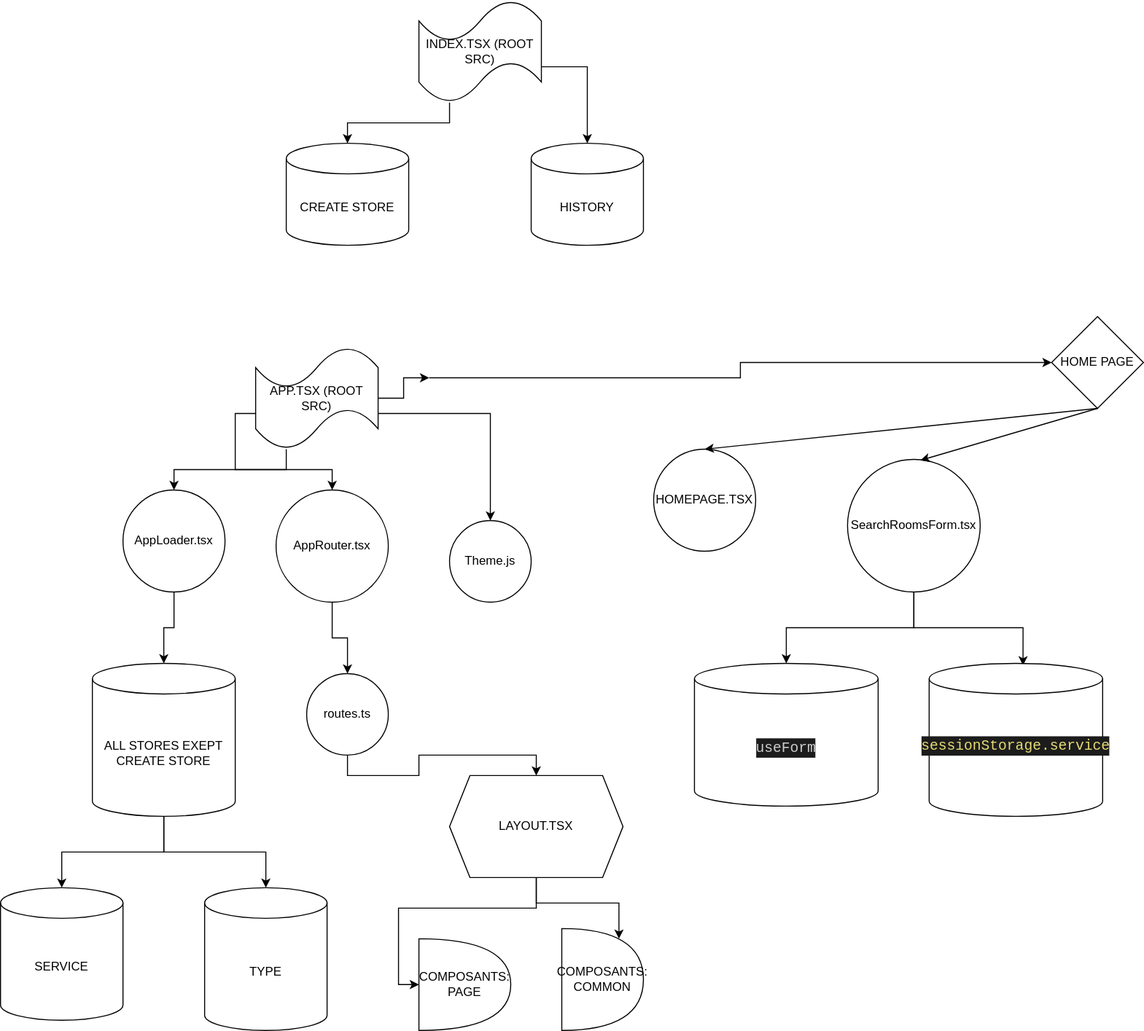
Earlier version of the draw.io export HOME PAGE FLOW.drawio.svg (sourisooo/BOOKING-PROJET-2). Source tidied: cells renumbered, new cells last; positions are measured from the earlier drawing's top-left corner, leaving out a move shared by most shapes.
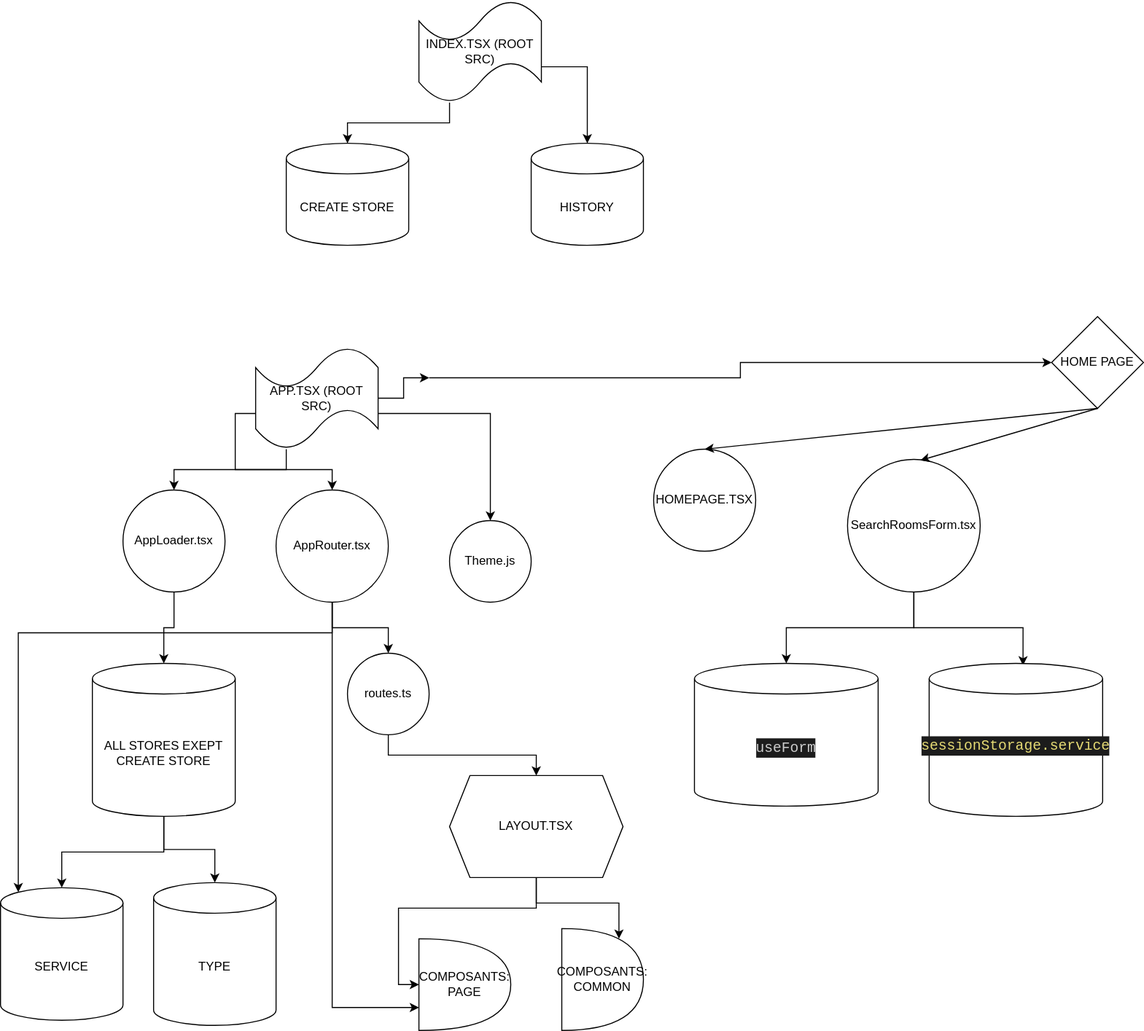
Later version of the same file.

Commit message:
Mettre à jour HOME PAGE FLOW.drawio.svg

Diff of the diagram source:
```diff
@@ -60,6 +60,17 @@
     <mxCell id="19" style="edgeStyle=orthogonalEdgeStyle;rounded=0;jettySize=auto;html=1;exitX=0.5;exitY=1;exitDx=0;exitDy=0;entryX=0.5;entryY=0;entryDx=0;entryDy=0;" parent="1" edge="1" source="20" target="25">
       <mxGeometry relative="1" as="geometry" />
     </mxCell>
+    <mxCell id="40" style="edgeStyle=orthogonalEdgeStyle;rounded=0;jettySize=auto;html=1;exitX=0.5;exitY=1;exitDx=0;exitDy=0;entryX=0.145;entryY=0;entryDx=0;entryDy=4.35;entryPerimeter=0;" parent="1" edge="1" source="20" target="33">
+      <mxGeometry relative="1" as="geometry">
+        <Array as="points">
+          <mxPoint x="325" y="620" />
+          <mxPoint x="17" y="620" />
+        </Array>
+      </mxGeometry>
+    </mxCell>
+    <mxCell id="41" style="edgeStyle=orthogonalEdgeStyle;rounded=0;jettySize=auto;html=1;exitX=0.5;exitY=1;exitDx=0;exitDy=0;entryX=0;entryY=0.75;entryDx=0;entryDy=0;entryPerimeter=0;" parent="1" edge="1" source="20" target="38">
+      <mxGeometry relative="1" as="geometry" />
+    </mxCell>
     <mxCell id="20" value="AppRouter.tsx" style="ellipse;whiteSpace=wrap;html=1;" parent="1" vertex="1">
       <mxGeometry x="270" y="480" width="110" height="110" as="geometry" />
     </mxCell>
@@ -76,7 +87,7 @@
       <mxGeometry relative="1" as="geometry" />
     </mxCell>
     <mxCell id="25" value="routes.ts" style="ellipse;whiteSpace=wrap;html=1;" parent="1" vertex="1">
-      <mxGeometry x="300" y="660" width="80" height="80" as="geometry" />
+      <mxGeometry x="340" y="640" width="80" height="80" as="geometry" />
     </mxCell>
     <mxCell id="26" style="edgeStyle=orthogonalEdgeStyle;rounded=0;jettySize=auto;html=1;exitX=0.25;exitY=1;exitDx=0;exitDy=0;exitPerimeter=0;entryX=0.5;entryY=0;entryDx=0;entryDy=0;entryPerimeter=0;" parent="1" edge="1" source="28" target="29">
       <mxGeometry relative="1" as="geometry" />
@@ -103,7 +114,7 @@
       <mxGeometry y="870" width="120" height="130" as="geometry" />
     </mxCell>
     <mxCell id="34" value="TYPE" style="shape=cylinder3;whiteSpace=wrap;html=1;boundedLbl=1;backgroundOutline=1;size=15;" parent="1" vertex="1">
-      <mxGeometry x="200" y="870" width="120" height="140" as="geometry" />
+      <mxGeometry x="150" y="865" width="120" height="140" as="geometry" />
     </mxCell>
     <mxCell id="35" style="edgeStyle=orthogonalEdgeStyle;rounded=0;jettySize=auto;html=1;exitX=0.5;exitY=1;exitDx=0;exitDy=0;entryX=0;entryY=0.5;entryDx=0;entryDy=0;entryPerimeter=0;" parent="1" edge="1" source="37" target="38">
       <mxGeometry relative="1" as="geometry" />
```
